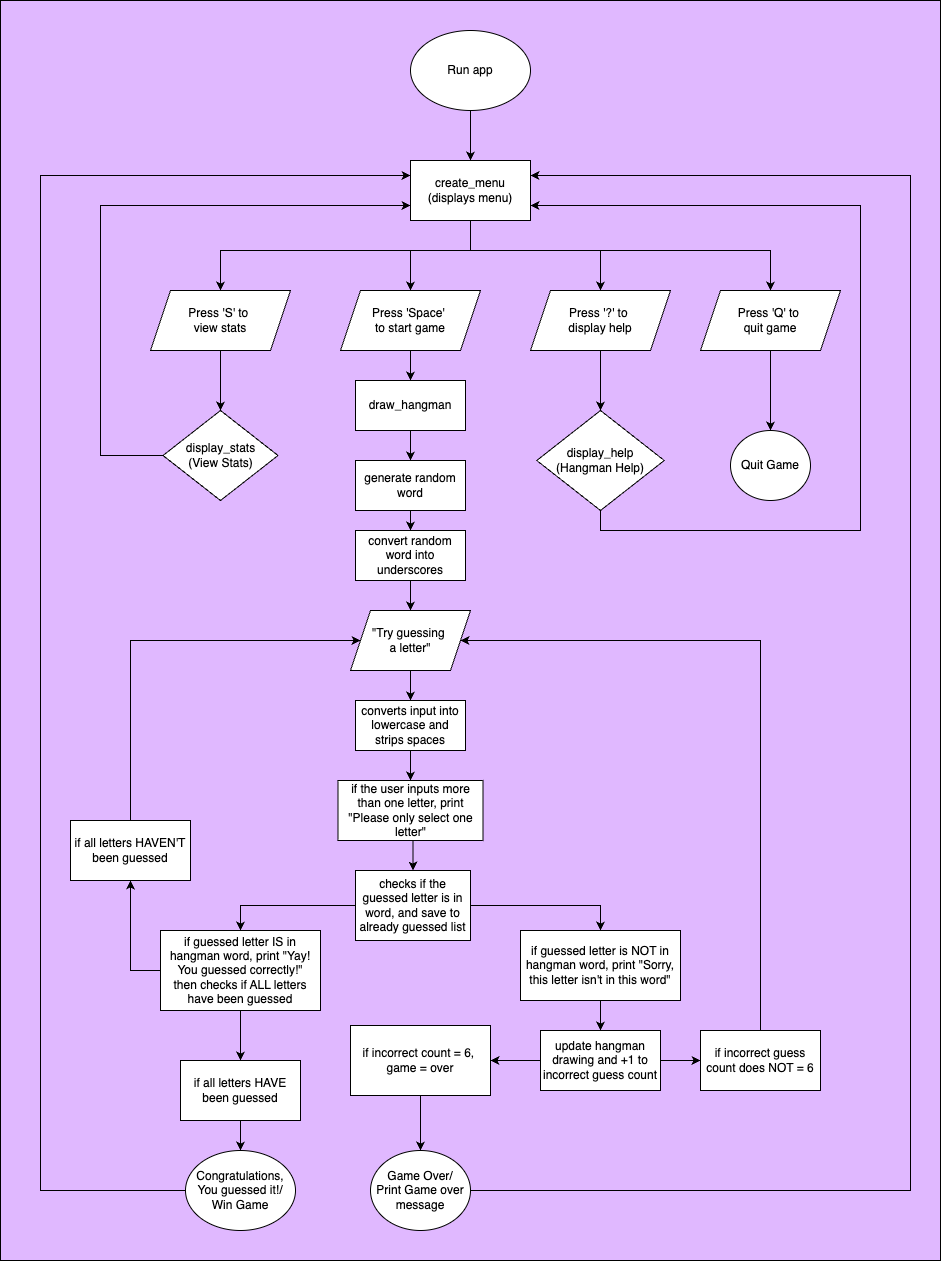
Earlier version of the draw.io export docs/Hangman App.drawio.png (k8-g/T1A3-App). Source tidied: cells renumbered, new cells last; positions are measured from the earlier drawing's top-left corner, leaving out a move shared by most shapes.
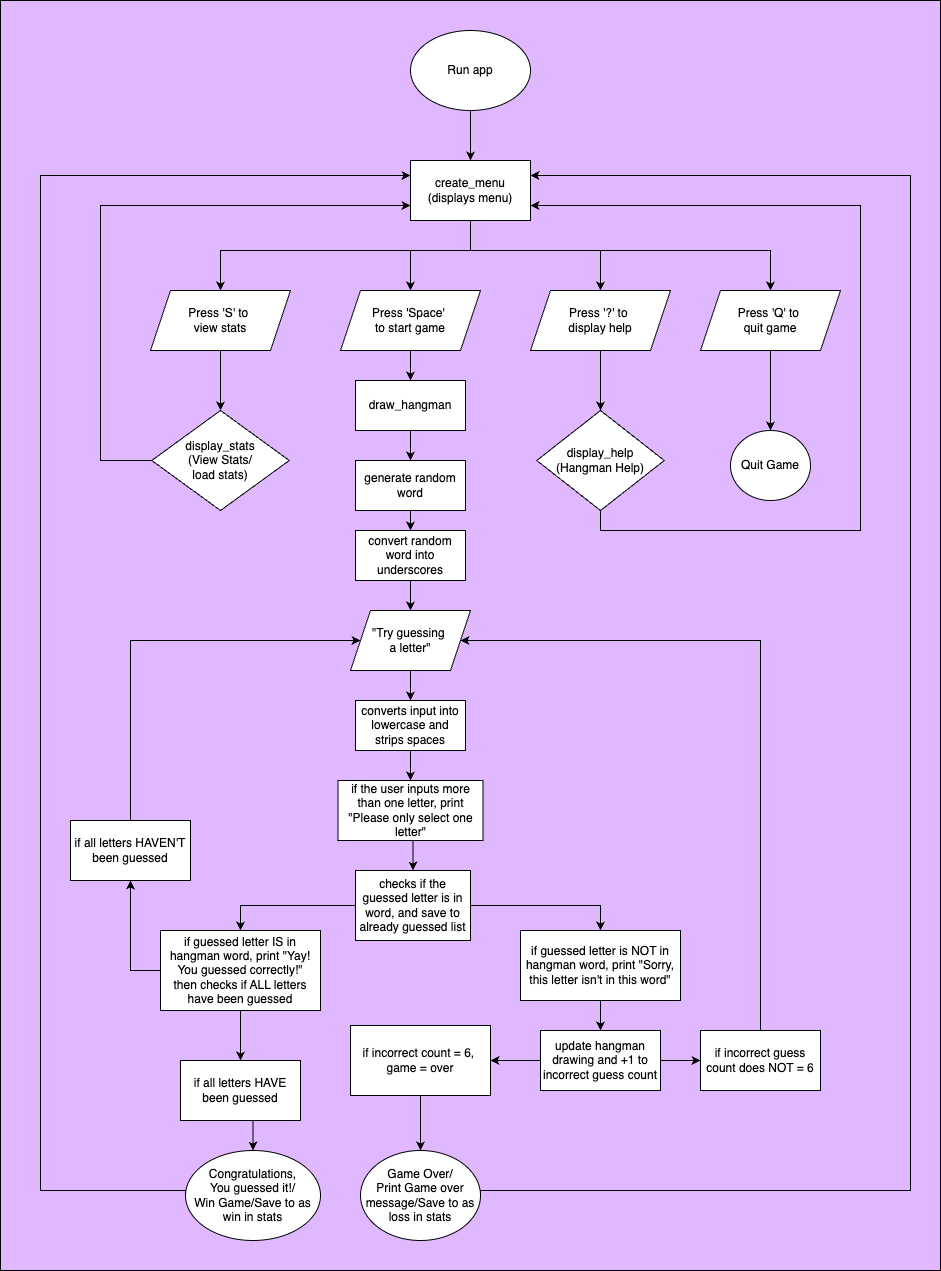
The same file after the commit.

Commit message:
Edited win/loss circles in flowchart

The edit, as a diff of the source:
```diff
@@ -3,7 +3,7 @@
     <mxCell id="0" />
     <mxCell id="1" parent="0" />
     <mxCell id="2" style="rounded=0;whiteSpace=wrap;html=1;fillColor=#E0B8FF;" parent="1" vertex="1">
-      <mxGeometry width="940" height="1260" as="geometry" />
+      <mxGeometry width="940" height="1270" as="geometry" />
     </mxCell>
     <mxCell id="3" style="edgeStyle=orthogonalEdgeStyle;rounded=0;jettySize=auto;html=1;entryX=0.5;entryY=0;entryDx=0;entryDy=0;" parent="1" edge="1" source="4" target="9">
       <mxGeometry relative="1" as="geometry">
@@ -58,7 +58,7 @@
       <mxGeometry relative="1" as="geometry">
         <mxPoint x="410" y="205" as="targetPoint" />
         <Array as="points">
-          <mxPoint x="100" y="455" />
+          <mxPoint x="100" y="460" />
           <mxPoint x="100" y="205" />
         </Array>
       </mxGeometry>
@@ -75,8 +75,8 @@
     <mxCell id="15" value="Press 'Q' to&amp;nbsp;&lt;div&gt;quit game&lt;/div&gt;" style="shape=parallelogram;perimeter=parallelogramPerimeter;whiteSpace=wrap;html=1;fixedSize=1;rounded=0;" parent="1" vertex="1">
       <mxGeometry x="700" y="290" width="140" height="60" as="geometry" />
     </mxCell>
-    <mxCell id="16" value="&lt;div&gt;display_stats&lt;/div&gt;(View Stats)" style="rhombus;whiteSpace=wrap;html=1;rounded=0;" parent="1" vertex="1">
-      <mxGeometry x="162.5" y="410" width="115" height="90" as="geometry" />
+    <mxCell id="16" value="&lt;div&gt;display_stats&lt;/div&gt;(View Stats&lt;span style=&quot;background-color: initial;&quot;&gt;/&lt;/span&gt;&lt;div&gt;&lt;span style=&quot;background-color: initial;&quot;&gt;load stats)&lt;/span&gt;&lt;/div&gt;" style="rhombus;whiteSpace=wrap;html=1;rounded=0;" parent="1" vertex="1">
+      <mxGeometry x="151.2" y="410" width="137.5" height="100" as="geometry" />
     </mxCell>
     <mxCell id="17" value="Quit Game" style="ellipse;whiteSpace=wrap;html=1;" parent="1" vertex="1">
       <mxGeometry x="730" y="430" width="80" height="70" as="geometry" />
@@ -201,8 +201,8 @@
         </Array>
       </mxGeometry>
     </mxCell>
-    <mxCell id="50" value="Game Over/&lt;div&gt;Print Game over message&lt;/div&gt;" style="ellipse;whiteSpace=wrap;html=1;" parent="1" vertex="1">
-      <mxGeometry x="370" y="1150" width="100" height="80" as="geometry" />
+    <mxCell id="50" value="Game Over/&lt;div&gt;Print Game over message/Save to as loss in stats&lt;/div&gt;" style="ellipse;whiteSpace=wrap;html=1;" parent="1" vertex="1">
+      <mxGeometry x="360" y="1150" width="120" height="90" as="geometry" />
     </mxCell>
     <mxCell id="51" style="edgeStyle=orthogonalEdgeStyle;rounded=0;jettySize=auto;html=1;exitX=0.5;exitY=0;exitDx=0;exitDy=0;entryX=0;entryY=0.5;entryDx=0;entryDy=0;" parent="1" edge="1" source="52" target="29">
       <mxGeometry relative="1" as="geometry">
@@ -228,8 +228,8 @@
         </Array>
       </mxGeometry>
     </mxCell>
-    <mxCell id="56" value="Congratulations, You guessed it!/&lt;br&gt;Win Game" style="ellipse;whiteSpace=wrap;html=1;" parent="1" vertex="1">
-      <mxGeometry x="185" y="1150" width="110" height="80" as="geometry" />
+    <mxCell id="56" value="Congratulations,&lt;div&gt;You guessed it!/&lt;br&gt;Win Game/Save to as win in stats&lt;/div&gt;" style="ellipse;whiteSpace=wrap;html=1;" parent="1" vertex="1">
+      <mxGeometry x="185" y="1150" width="135" height="90" as="geometry" />
     </mxCell>
     <mxCell id="57" style="edgeStyle=orthogonalEdgeStyle;rounded=0;jettySize=auto;html=1;exitX=0.5;exitY=1;exitDx=0;exitDy=0;entryX=0.5;entryY=0;entryDx=0;entryDy=0;" parent="1" edge="1" source="13" target="21">
       <mxGeometry relative="1" as="geometry" />
```
